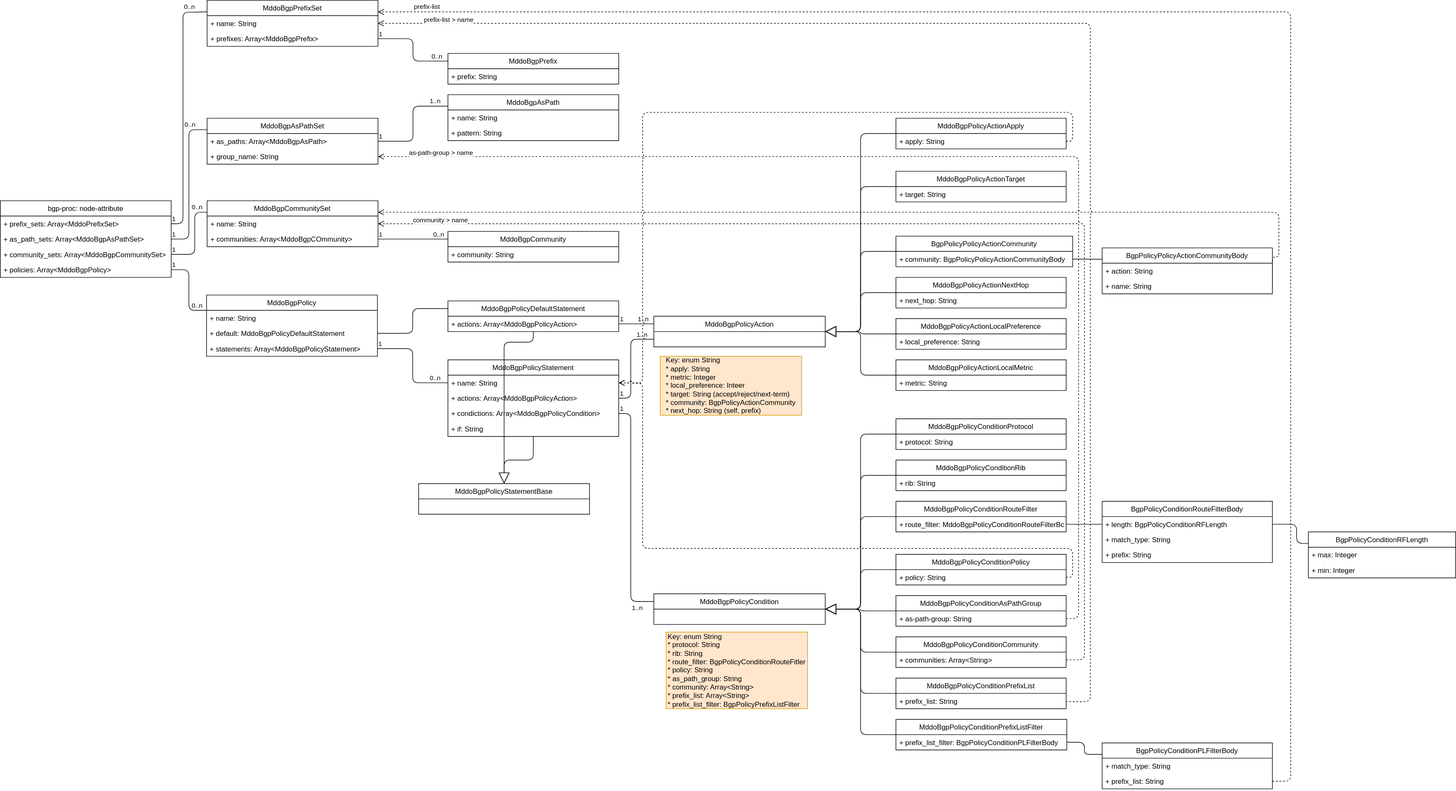
This is fig/bgp_policy_topology.drawio.svg from ool-mddo/netomox, a draw.io export, as it was before one commit. Source tidied: cells renumbered, new cells last; positions are measured from the earlier drawing's top-left corner, leaving out a move shared by most shapes.
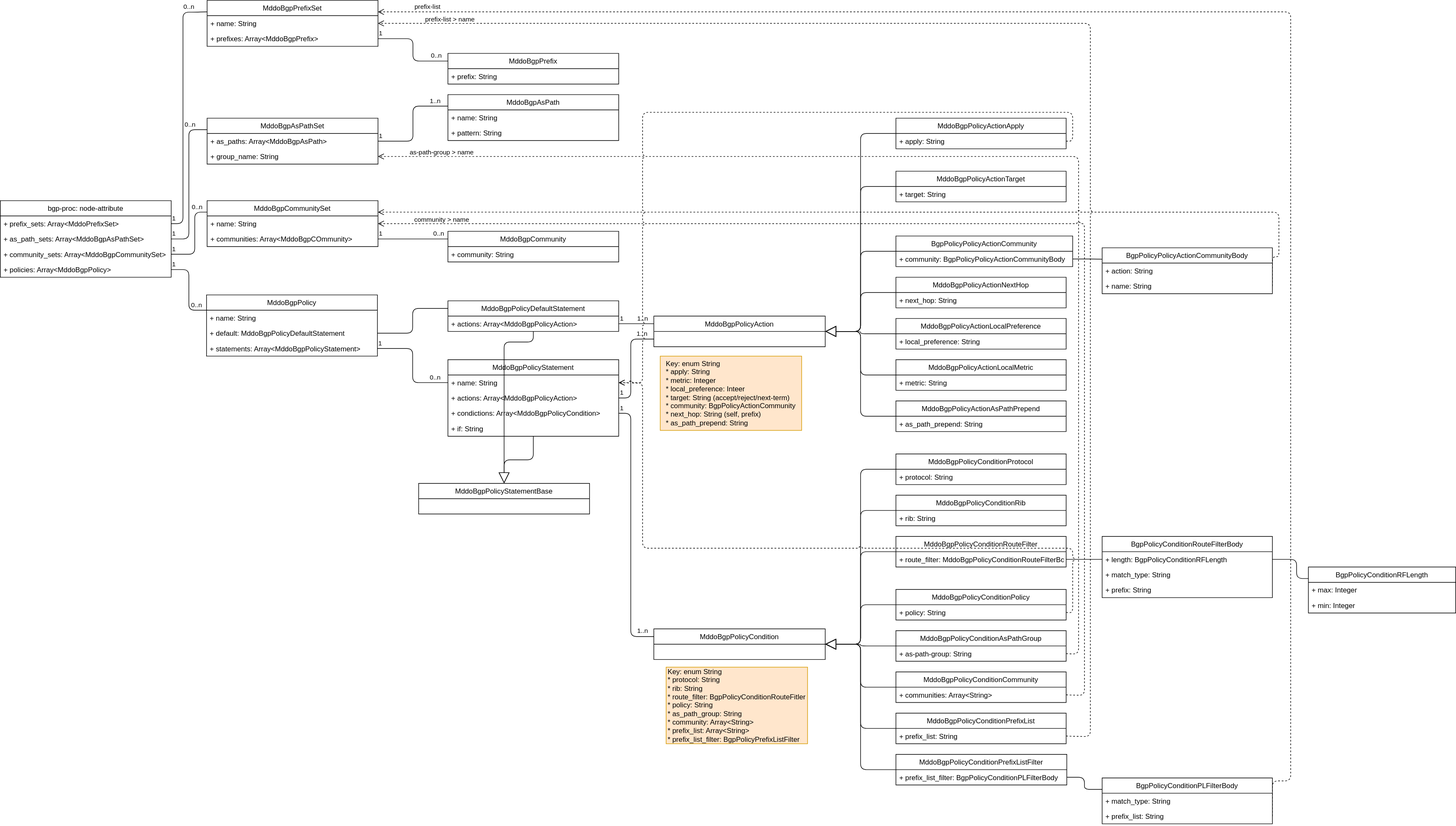
After the commit.

Commit message:
add as-path-prepend bgp policy action

Diff of the diagram source:
```diff
@@ -117,10 +117,10 @@
       <mxGeometry x="1109.2" y="536" width="290.8" height="52" as="geometry" />
     </mxCell>
     <mxCell id="34" value="MddoBgpPolicyCondition" style="swimlane;fontStyle=0;horizontal=1;startSize=26;fillColor=none;" parent="1" vertex="1">
-      <mxGeometry x="1109.2" y="1007" width="290.8" height="52" as="geometry" />
+      <mxGeometry x="1109.2" y="1067" width="290.8" height="52" as="geometry" />
     </mxCell>
     <mxCell id="35" value="BgpPolicyConditionRouteFilterBody" style="swimlane;fontStyle=0;horizontal=1;startSize=26;fillColor=none;" parent="1" vertex="1">
-      <mxGeometry x="1870" y="850" width="288.8" height="104" as="geometry" />
+      <mxGeometry x="1870" y="910" width="288.8" height="104" as="geometry" />
     </mxCell>
     <mxCell id="36" value="+ length: BgpPolicyConditionRFLength" style="text;strokeColor=none;fillColor=none;align=left;verticalAlign=top;spacingLeft=4;spacingRight=4;overflow=hidden;points=[[0,0.5],[1,0.5]];portConstraint=eastwest;" parent="35" vertex="1">
       <mxGeometry y="26" width="288.8" height="26" as="geometry" />
@@ -151,7 +151,7 @@
       <mxGeometry x="-1" relative="1" as="geometry">
         <Array as="points">
           <mxPoint x="1070" y="701" />
-          <mxPoint x="1070" y="1020" />
+          <mxPoint x="1070" y="1080" />
         </Array>
       </mxGeometry>
     </mxCell>
@@ -160,7 +160,7 @@
     </mxCell>
     <mxCell id="44" value="1..n" style="edgeLabel;html=1;align=center;verticalAlign=middle;" parent="42" vertex="1">
       <mxGeometry x="0.79" y="-3" relative="1" as="geometry">
-        <mxPoint x="10" y="7" as="offset" />
+        <mxPoint x="23" y="-4" as="offset" />
       </mxGeometry>
     </mxCell>
     <mxCell id="45" value="MddoBgpAsPathSet" style="swimlane;fontStyle=0;horizontal=1;startSize=26;fillColor=none;" parent="1" vertex="1">
@@ -260,14 +260,14 @@
     <mxCell id="70" value="+ name: String" style="text;strokeColor=none;fillColor=none;align=left;verticalAlign=top;spacingLeft=4;spacingRight=4;overflow=hidden;points=[[0,0.5],[1,0.5]];portConstraint=eastwest;" parent="68" vertex="1">
       <mxGeometry y="52" width="288.8" height="26" as="geometry" />
     </mxCell>
-    <mxCell id="71" value="&lt;div style=&quot;text-align: left;&quot;&gt;&lt;span style=&quot;background-color: initial;&quot;&gt;Key: enum String&lt;/span&gt;&lt;/div&gt;&lt;div style=&quot;text-align: left;&quot;&gt;&lt;span style=&quot;background-color: initial;&quot;&gt;* apply: String&lt;/span&gt;&lt;/div&gt;&lt;div style=&quot;text-align: left;&quot;&gt;&lt;span style=&quot;background-color: initial;&quot;&gt;* metric: Integer&lt;/span&gt;&lt;/div&gt;&lt;div style=&quot;text-align: left;&quot;&gt;&lt;span style=&quot;background-color: initial;&quot;&gt;* local_preference: Inteer&lt;/span&gt;&lt;/div&gt;&lt;div style=&quot;text-align: left;&quot;&gt;&lt;span style=&quot;background-color: initial;&quot;&gt;* target: String (accept/reject/next-term)&lt;/span&gt;&lt;/div&gt;&lt;div style=&quot;text-align: left;&quot;&gt;&lt;span style=&quot;background-color: initial;&quot;&gt;* community: BgpPolicyActionCommunity&lt;/span&gt;&lt;/div&gt;&lt;div style=&quot;text-align: left;&quot;&gt;&lt;span style=&quot;background-color: initial;&quot;&gt;* next_hop: String (self, prefix)&lt;/span&gt;&lt;/div&gt;" style="text;html=1;strokeColor=#d79b00;fillColor=#ffe6cc;align=center;verticalAlign=middle;whiteSpace=wrap;rounded=0;" parent="1" vertex="1">
-      <mxGeometry x="1120" y="604" width="240" height="100" as="geometry" />
+    <mxCell id="71" value="&lt;div style=&quot;text-align: left;&quot;&gt;&lt;span style=&quot;background-color: initial;&quot;&gt;Key: enum String&lt;/span&gt;&lt;/div&gt;&lt;div style=&quot;text-align: left;&quot;&gt;&lt;span style=&quot;background-color: initial;&quot;&gt;* apply: String&lt;/span&gt;&lt;/div&gt;&lt;div style=&quot;text-align: left;&quot;&gt;&lt;span style=&quot;background-color: initial;&quot;&gt;* metric: Integer&lt;/span&gt;&lt;/div&gt;&lt;div style=&quot;text-align: left;&quot;&gt;&lt;span style=&quot;background-color: initial;&quot;&gt;* local_preference: Inteer&lt;/span&gt;&lt;/div&gt;&lt;div style=&quot;text-align: left;&quot;&gt;&lt;span style=&quot;background-color: initial;&quot;&gt;* target: String (accept/reject/next-term)&lt;/span&gt;&lt;/div&gt;&lt;div style=&quot;text-align: left;&quot;&gt;&lt;span style=&quot;background-color: initial;&quot;&gt;* community: BgpPolicyActionCommunity&lt;/span&gt;&lt;/div&gt;&lt;div style=&quot;text-align: left;&quot;&gt;&lt;span style=&quot;background-color: initial;&quot;&gt;* next_hop: String (self, prefix)&lt;/span&gt;&lt;/div&gt;&lt;div style=&quot;text-align: left;&quot;&gt;&lt;span style=&quot;background-color: initial;&quot;&gt;* as_path_prepend: String&lt;/span&gt;&lt;/div&gt;" style="text;html=1;strokeColor=#d79b00;fillColor=#ffe6cc;align=center;verticalAlign=middle;whiteSpace=wrap;rounded=0;" parent="1" vertex="1">
+      <mxGeometry x="1120" y="604" width="240" height="126" as="geometry" />
     </mxCell>
     <mxCell id="72" value="&lt;div style=&quot;text-align: left;&quot;&gt;&lt;span style=&quot;background-color: initial;&quot;&gt;Key: enum String&lt;/span&gt;&lt;/div&gt;&lt;div style=&quot;text-align: left;&quot;&gt;&lt;span style=&quot;background-color: initial;&quot;&gt;* protocol: String&lt;/span&gt;&lt;/div&gt;&lt;div style=&quot;text-align: left;&quot;&gt;&lt;span style=&quot;background-color: initial;&quot;&gt;* rib: String&lt;/span&gt;&lt;/div&gt;&lt;div style=&quot;border-color: var(--border-color); text-align: left;&quot;&gt;* route_filter: BgpPolicyConditionRouteFitler&lt;/div&gt;&lt;div style=&quot;border-color: var(--border-color); text-align: left;&quot;&gt;* policy: String&lt;/div&gt;&lt;div style=&quot;text-align: left;&quot;&gt;&lt;span style=&quot;background-color: initial;&quot;&gt;* as_path_group: String&lt;/span&gt;&lt;/div&gt;&lt;div style=&quot;text-align: left;&quot;&gt;* community: Array&amp;lt;String&amp;gt;&lt;span style=&quot;background-color: initial;&quot;&gt;&lt;br&gt;&lt;/span&gt;&lt;/div&gt;&lt;div style=&quot;text-align: left;&quot;&gt;&lt;span style=&quot;background-color: initial;&quot;&gt;* prefix_list: Array&amp;lt;String&amp;gt;&lt;/span&gt;&lt;br&gt;&lt;/div&gt;&lt;div style=&quot;text-align: left;&quot;&gt;&lt;span style=&quot;background-color: initial;&quot;&gt;* prefix_list_filter: BgpPolicyPrefixListFilter&lt;/span&gt;&lt;/div&gt;" style="text;html=1;strokeColor=#d79b00;fillColor=#ffe6cc;align=center;verticalAlign=middle;whiteSpace=wrap;rounded=0;" parent="1" vertex="1">
-      <mxGeometry x="1130" y="1072" width="240" height="130" as="geometry" />
+      <mxGeometry x="1130" y="1132" width="240" height="130" as="geometry" />
     </mxCell>
     <mxCell id="73" value="BgpPolicyConditionRFLength" style="swimlane;fontStyle=0;horizontal=1;startSize=26;fillColor=none;" parent="1" vertex="1">
-      <mxGeometry x="2220" y="902" width="250" height="78" as="geometry" />
+      <mxGeometry x="2220" y="962" width="250" height="78" as="geometry" />
     </mxCell>
     <mxCell id="74" value="+ max: Integer" style="text;strokeColor=none;fillColor=none;align=left;verticalAlign=top;spacingLeft=4;spacingRight=4;overflow=hidden;" parent="73" vertex="1">
       <mxGeometry y="26" width="250" height="26" as="geometry" />
@@ -276,7 +276,7 @@
       <mxGeometry y="52" width="250" height="26" as="geometry" />
     </mxCell>
     <mxCell id="76" value="BgpPolicyConditionPLFilterBody" style="swimlane;fontStyle=0;horizontal=1;startSize=26;fillColor=none;" parent="1" vertex="1">
-      <mxGeometry x="1870" y="1260" width="288.8" height="78" as="geometry" />
+      <mxGeometry x="1870" y="1320" width="288.8" height="78" as="geometry" />
     </mxCell>
     <mxCell id="77" value="+ match_type: String" style="text;strokeColor=none;fillColor=none;align=left;verticalAlign=top;spacingLeft=4;spacingRight=4;overflow=hidden;" parent="76" vertex="1">
       <mxGeometry y="26" width="288.8" height="26" as="geometry" />
@@ -300,7 +300,7 @@
     <mxCell id="81" style="html=1;verticalAlign=bottom;endArrow=open;dashed=1;endSize=8;entryX=1;entryY=0.5;entryDx=0;entryDy=0;edgeStyle=orthogonalEdgeStyle;exitX=1;exitY=0.5;exitDx=0;exitDy=0;jumpStyle=arc;" parent="1" edge="1" source="121" target="47">
       <mxGeometry relative="1" as="geometry">
         <Array as="points">
-          <mxPoint x="1830" y="1049" />
+          <mxPoint x="1830" y="1110" />
           <mxPoint x="1830" y="265" />
         </Array>
       </mxGeometry>
@@ -338,7 +338,7 @@
     <mxCell id="89" style="html=1;verticalAlign=bottom;endArrow=open;dashed=1;endSize=8;entryX=1;entryY=0.5;entryDx=0;entryDy=0;edgeStyle=orthogonalEdgeStyle;exitX=1;exitY=0.5;exitDx=0;exitDy=0;jumpStyle=arc;" parent="1" edge="1" source="123" target="8">
       <mxGeometry relative="1" as="geometry">
         <Array as="points">
-          <mxPoint x="1840" y="1119" />
+          <mxPoint x="1840" y="1180" />
           <mxPoint x="1840" y="379" />
         </Array>
       </mxGeometry>
@@ -351,7 +351,7 @@
     <mxCell id="91" style="html=1;verticalAlign=bottom;endArrow=open;dashed=1;endSize=8;entryX=1;entryY=0.5;entryDx=0;entryDy=0;edgeStyle=orthogonalEdgeStyle;jumpStyle=arc;exitX=1;exitY=0.5;exitDx=0;exitDy=0;" parent="1" edge="1" source="125" target="58">
       <mxGeometry relative="1" as="geometry">
         <Array as="points">
-          <mxPoint x="1850" y="1190" />
+          <mxPoint x="1850" y="1250" />
           <mxPoint x="1850" y="39" />
         </Array>
       </mxGeometry>
@@ -424,49 +424,49 @@
       </mxGeometry>
     </mxCell>
     <mxCell id="112" value="MddoBgpPolicyConditionProtocol" style="swimlane;fontStyle=0;horizontal=1;startSize=26;fillColor=none;" parent="1" vertex="1">
-      <mxGeometry x="1520" y="710" width="288.8" height="52" as="geometry" />
+      <mxGeometry x="1520" y="770" width="288.8" height="52" as="geometry" />
     </mxCell>
     <mxCell id="113" value="+ protocol: String" style="text;strokeColor=none;fillColor=none;align=left;verticalAlign=top;spacingLeft=4;spacingRight=4;overflow=hidden;" parent="112" vertex="1">
       <mxGeometry y="26" width="288.8" height="26" as="geometry" />
     </mxCell>
     <mxCell id="114" value="MddoBgpPolicyConditionRib" style="swimlane;fontStyle=0;horizontal=1;startSize=26;fillColor=none;" parent="1" vertex="1">
-      <mxGeometry x="1520" y="780" width="288.8" height="52" as="geometry" />
+      <mxGeometry x="1520" y="840" width="288.8" height="52" as="geometry" />
     </mxCell>
     <mxCell id="115" value="+ rib: String" style="text;strokeColor=none;fillColor=none;align=left;verticalAlign=top;spacingLeft=4;spacingRight=4;overflow=hidden;" parent="114" vertex="1">
       <mxGeometry y="26" width="288.8" height="26" as="geometry" />
     </mxCell>
     <mxCell id="116" value="MddoBgpPolicyConditionRouteFilter" style="swimlane;fontStyle=0;horizontal=1;startSize=26;fillColor=none;" parent="1" vertex="1">
-      <mxGeometry x="1520" y="850" width="288.8" height="52" as="geometry" />
+      <mxGeometry x="1520" y="910" width="288.8" height="52" as="geometry" />
     </mxCell>
     <mxCell id="117" value="+ route_filter: MddoBgpPolicyConditionRouteFilterBody" style="text;strokeColor=none;fillColor=none;align=left;verticalAlign=top;spacingLeft=4;spacingRight=4;overflow=hidden;points=[[0,0.5],[1,0.5]];portConstraint=eastwest;" parent="116" vertex="1">
       <mxGeometry y="26" width="288.8" height="26" as="geometry" />
     </mxCell>
     <mxCell id="118" value="MddoBgpPolicyConditionPolicy" style="swimlane;fontStyle=0;horizontal=1;startSize=26;fillColor=none;" parent="1" vertex="1">
-      <mxGeometry x="1520" y="940" width="288.8" height="52" as="geometry" />
+      <mxGeometry x="1520" y="1000" width="288.8" height="52" as="geometry" />
     </mxCell>
     <mxCell id="119" value="+ policy: String" style="text;strokeColor=none;fillColor=none;align=left;verticalAlign=top;spacingLeft=4;spacingRight=4;overflow=hidden;points=[[0,0.5],[1,0.5]];portConstraint=eastwest;" parent="118" vertex="1">
       <mxGeometry y="26" width="288.8" height="26" as="geometry" />
     </mxCell>
     <mxCell id="120" value="MddoBgpPolicyConditionAsPathGroup" style="swimlane;fontStyle=0;horizontal=1;startSize=26;fillColor=none;" parent="1" vertex="1">
-      <mxGeometry x="1520" y="1010" width="288.8" height="52" as="geometry" />
+      <mxGeometry x="1520" y="1070" width="288.8" height="52" as="geometry" />
     </mxCell>
     <mxCell id="121" value="+ as-path-group: String" style="text;strokeColor=none;fillColor=none;align=left;verticalAlign=top;spacingLeft=4;spacingRight=4;overflow=hidden;points=[[0,0.5],[1,0.5]];portConstraint=eastwest;" parent="120" vertex="1">
       <mxGeometry y="26" width="288.8" height="26" as="geometry" />
     </mxCell>
     <mxCell id="122" value="MddoBgpPolicyConditionCommunity" style="swimlane;fontStyle=0;horizontal=1;startSize=26;fillColor=none;" parent="1" vertex="1">
-      <mxGeometry x="1520" y="1080" width="288.8" height="52" as="geometry" />
+      <mxGeometry x="1520" y="1140" width="288.8" height="52" as="geometry" />
     </mxCell>
     <mxCell id="123" value="+ communities: Array&lt;String&gt;" style="text;strokeColor=none;fillColor=none;align=left;verticalAlign=top;spacingLeft=4;spacingRight=4;overflow=hidden;points=[[0,0.5],[1,0.5]];portConstraint=eastwest;" parent="122" vertex="1">
       <mxGeometry y="26" width="288.8" height="26" as="geometry" />
     </mxCell>
     <mxCell id="124" value="MddoBgpPolicyConditionPrefixList" style="swimlane;fontStyle=0;horizontal=1;startSize=26;fillColor=none;" parent="1" vertex="1">
-      <mxGeometry x="1520" y="1150" width="288.8" height="52" as="geometry" />
+      <mxGeometry x="1520" y="1210" width="288.8" height="52" as="geometry" />
     </mxCell>
     <mxCell id="125" value="+ prefix_list: String" style="text;strokeColor=none;fillColor=none;align=left;verticalAlign=top;spacingLeft=4;spacingRight=4;overflow=hidden;points=[[0,0.5],[1,0.5]];portConstraint=eastwest;" parent="124" vertex="1">
       <mxGeometry y="26" width="288.8" height="26" as="geometry" />
     </mxCell>
     <mxCell id="126" value="MddoBgpPolicyConditionPrefixListFilter" style="swimlane;fontStyle=0;horizontal=1;startSize=26;fillColor=none;" parent="1" vertex="1">
-      <mxGeometry x="1520" y="1220" width="290" height="52" as="geometry" />
+      <mxGeometry x="1520" y="1280" width="290" height="52" as="geometry" />
     </mxCell>
     <mxCell id="127" value="+ prefix_list_filter: BgpPolicyConditionPLFilterBody" style="text;strokeColor=none;fillColor=none;align=left;verticalAlign=top;spacingLeft=4;spacingRight=4;overflow=hidden;points=[[0,0.5],[1,0.5]];portConstraint=eastwest;" parent="126" vertex="1">
       <mxGeometry y="26" width="290" height="26" as="geometry" />
@@ -501,8 +501,8 @@
     <mxCell id="137" style="endArrow=none;endFill=0;html=1;edgeStyle=orthogonalEdgeStyle;align=left;verticalAlign=top;exitX=1;exitY=0.5;exitDx=0;exitDy=0;entryX=0;entryY=0.25;entryDx=0;entryDy=0;" parent="1" edge="1" source="36" target="73">
       <mxGeometry x="-1" relative="1" as="geometry">
         <Array as="points">
-          <mxPoint x="2200" y="889" />
-          <mxPoint x="2200" y="922" />
+          <mxPoint x="2200" y="949" />
+          <mxPoint x="2200" y="982" />
         </Array>
       </mxGeometry>
     </mxCell>
@@ -523,7 +523,7 @@
     <mxCell id="140" style="html=1;verticalAlign=bottom;endArrow=open;dashed=1;endSize=8;edgeStyle=orthogonalEdgeStyle;exitX=1;exitY=0.5;exitDx=0;exitDy=0;jumpStyle=arc;entryX=1;entryY=0.5;entryDx=0;entryDy=0;" parent="1" edge="1" source="119" target="26">
       <mxGeometry relative="1" as="geometry">
         <Array as="points">
-          <mxPoint x="1820" y="979" />
+          <mxPoint x="1820" y="1040" />
           <mxPoint x="1820" y="930" />
           <mxPoint x="1090" y="930" />
           <mxPoint x="1090" y="649" />
@@ -547,5 +547,14 @@
     <mxCell id="144" style="endArrow=none;endFill=0;html=1;edgeStyle=orthogonalEdgeStyle;align=left;verticalAlign=top;exitX=1;exitY=0.5;exitDx=0;exitDy=0;entryX=0;entryY=0.25;entryDx=0;entryDy=0;" parent="1" edge="1" source="20" target="84">
       <mxGeometry x="-1" relative="1" as="geometry" />
     </mxCell>
+    <mxCell id="145" value="MddoBgpPolicyActionAsPathPrepend" style="swimlane;fontStyle=0;horizontal=1;startSize=26;fillColor=none;" parent="1" vertex="1">
+      <mxGeometry x="1520" y="680" width="288.8" height="52" as="geometry" />
+    </mxCell>
+    <mxCell id="146" value="+ as_path_prepend: String" style="text;strokeColor=none;fillColor=none;align=left;verticalAlign=top;spacingLeft=4;spacingRight=4;overflow=hidden;" parent="145" vertex="1">
+      <mxGeometry y="26" width="288.8" height="26" as="geometry" />
+    </mxCell>
+    <mxCell id="147" style="endArrow=block;endSize=16;endFill=0;html=1;rounded=1;exitX=0;exitY=0.5;exitDx=0;exitDy=0;edgeStyle=orthogonalEdgeStyle;curved=0;entryX=1;entryY=0.5;entryDx=0;entryDy=0;" parent="1" edge="1" source="145" target="33">
+      <mxGeometry relative="1" as="geometry" />
+    </mxCell>
   </root>
 </mxGraphModel>
```
